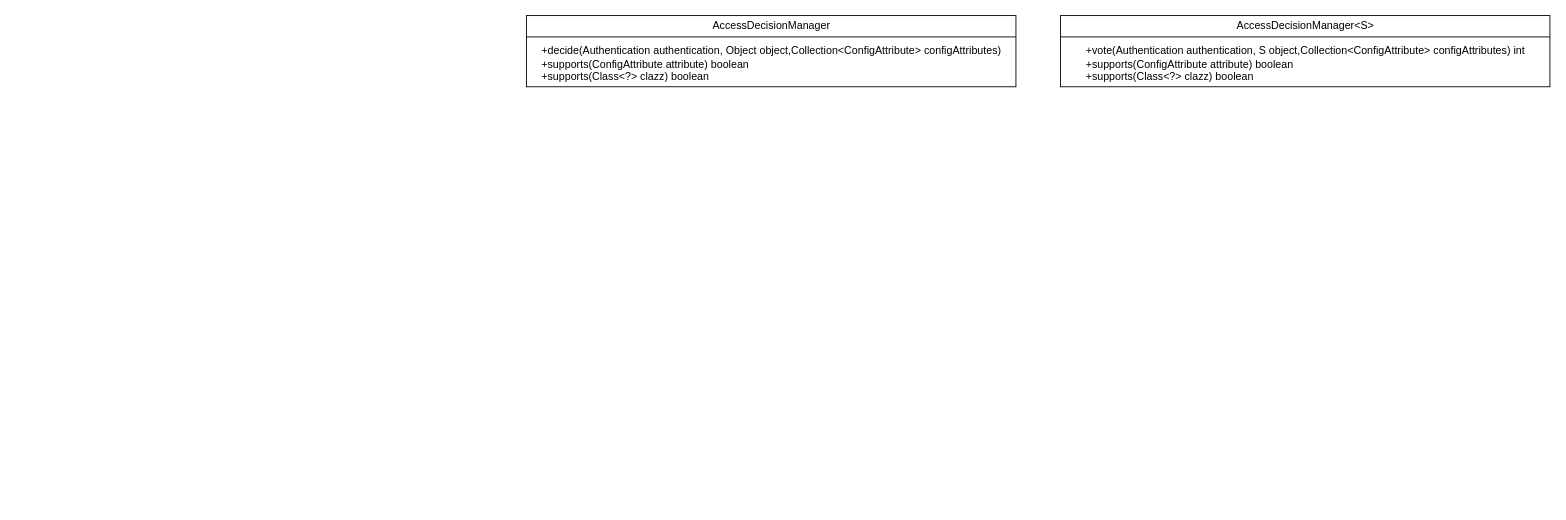
This is page "Authorization" (2 of 3) of spring-scurity.drawio from quanqiang-li/draw, a draw.io file, before an edit. Source tidied: cells renumbered, new cells numbered last; positions are measured from the earlier drawing's top-left corner, leaving out a move shared by most shapes. Both pictures are drawn from the tidied source at 89%, with x=0, y=0 at pixel (526, 15).
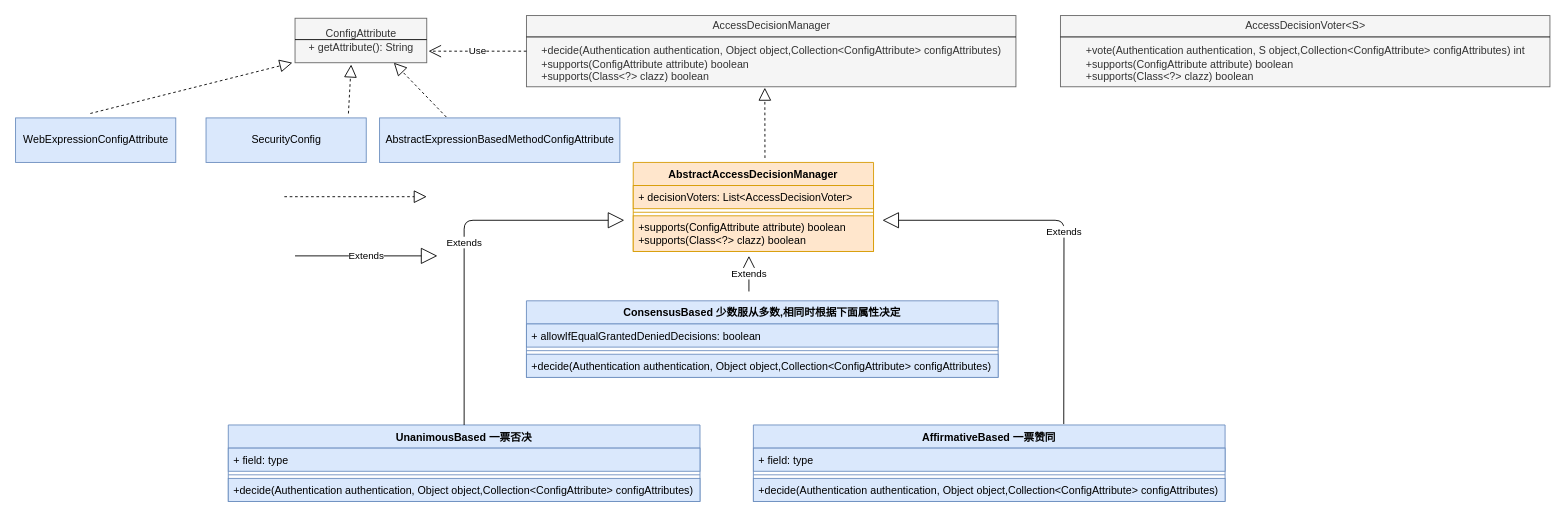
The same page after the edit.

Diff of the diagram source:
```diff
@@
-    <mxCell id="2" value="AccessDecisionManager&lt;br&gt;&lt;br&gt;&lt;div style=&quot;text-align: left&quot;&gt;+decide(Authentication authentication, Object object,&lt;span&gt;Collection&amp;lt;ConfigAttribute&amp;gt; configAttributes)&lt;/span&gt;&lt;/div&gt;&lt;div style=&quot;text-align: left&quot;&gt;&lt;span&gt;+&lt;/span&gt;&lt;span&gt;supports(ConfigAttribute attribute) boolean&lt;/span&gt;&lt;/div&gt;&lt;div style=&quot;text-align: left&quot;&gt;&lt;span&gt;+&lt;/span&gt;&lt;span&gt;supports(Class&amp;lt;?&amp;gt; clazz) boolean&lt;/span&gt;&lt;/div&gt;" style="html=1;" parent="1" vertex="1">
+    <mxCell id="2" value="AccessDecisionManager&lt;br&gt;&lt;br&gt;&lt;div style=&quot;text-align: left&quot;&gt;+decide(Authentication authentication, Object object,&lt;span&gt;Collection&amp;lt;ConfigAttribute&amp;gt; configAttributes)&lt;/span&gt;&lt;/div&gt;&lt;div style=&quot;text-align: left&quot;&gt;&lt;span&gt;+&lt;/span&gt;&lt;span&gt;supports(ConfigAttribute attribute) boolean&lt;/span&gt;&lt;/div&gt;&lt;div style=&quot;text-align: left&quot;&gt;&lt;span&gt;+&lt;/span&gt;&lt;span&gt;supports(Class&amp;lt;?&amp;gt; clazz) boolean&lt;/span&gt;&lt;/div&gt;" style="html=1;fillColor=#f5f5f5;strokeColor=#666666;fontColor=#333333;" parent="1" vertex="1">
       <mxGeometry width="550" height="80" as="geometry" />
     </mxCell>
@@
-    <mxCell id="4" value="AccessDecisionManager&amp;lt;S&amp;gt;&lt;br&gt;&lt;br&gt;&lt;div style=&quot;text-align: left&quot;&gt;+vote(Authentication authentication, S object,&lt;span&gt;Collection&amp;lt;ConfigAttribute&amp;gt; configAttributes) int&lt;/span&gt;&lt;/div&gt;&lt;div style=&quot;text-align: left&quot;&gt;&lt;span&gt;+&lt;/span&gt;&lt;span&gt;supports(ConfigAttribute attribute) boolean&lt;/span&gt;&lt;/div&gt;&lt;div style=&quot;text-align: left&quot;&gt;&lt;span&gt;+&lt;/span&gt;&lt;span&gt;supports(Class&amp;lt;?&amp;gt; clazz) boolean&lt;/span&gt;&lt;/div&gt;" style="html=1;" parent="1" vertex="1">
+    <mxCell id="4" value="AccessDecisionVoter&amp;lt;S&amp;gt;&lt;br&gt;&lt;br&gt;&lt;div style=&quot;text-align: left&quot;&gt;+vote(Authentication authentication, S object,&lt;span&gt;Collection&amp;lt;ConfigAttribute&amp;gt; configAttributes) int&lt;/span&gt;&lt;/div&gt;&lt;div style=&quot;text-align: left&quot;&gt;&lt;span&gt;+&lt;/span&gt;&lt;span&gt;supports(ConfigAttribute attribute) boolean&lt;/span&gt;&lt;/div&gt;&lt;div style=&quot;text-align: left&quot;&gt;&lt;span&gt;+&lt;/span&gt;&lt;span&gt;supports(Class&amp;lt;?&amp;gt; clazz) boolean&lt;/span&gt;&lt;/div&gt;" style="html=1;fillColor=#f5f5f5;strokeColor=#666666;fontColor=#333333;" parent="1" vertex="1">
       <mxGeometry x="600" width="550" height="80" as="geometry" />
     </mxCell>
@@
+    <mxCell id="6" value="ConfigAttribute&lt;br&gt;+&amp;nbsp;getAttribute(): String&lt;br&gt;" style="html=1;fillColor=#f5f5f5;strokeColor=#666666;fontColor=#333333;" parent="1" vertex="1">
+      <mxGeometry x="-260" y="3" width="148" height="50" as="geometry" />
+    </mxCell>
+    <mxCell id="7" style="line;strokeWidth=1;fillColor=none;align=left;verticalAlign=middle;spacingTop=-1;spacingLeft=3;spacingRight=3;labelPosition=right;" parent="1" vertex="1">
+      <mxGeometry x="-260" y="23" width="148" height="8" as="geometry" />
+    </mxCell>
+    <mxCell id="8" value="AbstractAccessDecisionManager" style="swimlane;fontStyle=1;align=center;verticalAlign=top;horizontal=1;startSize=26;fillColor=#ffe6cc;strokeColor=#d79b00;" parent="1" vertex="1">
+      <mxGeometry x="120" y="165" width="270" height="100" as="geometry" />
+    </mxCell>
+    <mxCell id="9" value="+ decisionVoters: List&lt;AccessDecisionVoter&gt;" style="text;strokeColor=#d79b00;fillColor=#ffe6cc;align=left;verticalAlign=top;spacingLeft=4;spacingRight=4;overflow=hidden;" parent="8" vertex="1">
+      <mxGeometry y="26" width="270" height="26" as="geometry" />
+    </mxCell>
+    <mxCell id="10" style="line;strokeWidth=1;fillColor=#ffe6cc;align=left;verticalAlign=middle;spacingTop=-1;spacingLeft=3;spacingRight=3;labelPosition=right;strokeColor=#d79b00;" parent="8" vertex="1">
+      <mxGeometry y="52" width="270" height="8" as="geometry" />
+    </mxCell>
+    <mxCell id="11" value="+supports(ConfigAttribute attribute) boolean&#10;+supports(Class&lt;?&gt; clazz) boolean" style="text;strokeColor=#d79b00;fillColor=#ffe6cc;align=left;verticalAlign=top;spacingLeft=4;spacingRight=4;overflow=hidden;" parent="8" vertex="1">
+      <mxGeometry y="60" width="270" height="40" as="geometry" />
+    </mxCell>
+    <mxCell id="12" value="AffirmativeBased 一票赞同" style="swimlane;fontStyle=1;align=center;verticalAlign=top;horizontal=1;startSize=26;fillColor=#dae8fc;strokeColor=#6c8ebf;" parent="1" vertex="1">
+      <mxGeometry x="255" y="460" width="530" height="86" as="geometry" />
+    </mxCell>
+    <mxCell id="13" value="+ field: type" style="text;strokeColor=#6c8ebf;fillColor=#dae8fc;align=left;verticalAlign=top;spacingLeft=4;spacingRight=4;overflow=hidden;" parent="12" vertex="1">
+      <mxGeometry y="26" width="530" height="26" as="geometry" />
+    </mxCell>
+    <mxCell id="14" style="line;strokeWidth=1;fillColor=#dae8fc;align=left;verticalAlign=middle;spacingTop=-1;spacingLeft=3;spacingRight=3;labelPosition=right;strokeColor=#6c8ebf;" parent="12" vertex="1">
+      <mxGeometry y="52" width="530" height="8" as="geometry" />
+    </mxCell>
+    <mxCell id="15" value="+decide(Authentication authentication, Object object,Collection&lt;ConfigAttribute&gt; configAttributes)" style="text;strokeColor=#6c8ebf;fillColor=#dae8fc;align=left;verticalAlign=top;spacingLeft=4;spacingRight=4;overflow=hidden;" parent="12" vertex="1">
+      <mxGeometry y="60" width="530" height="26" as="geometry" />
+    </mxCell>
+    <mxCell id="16" value="ConsensusBased 少数服从多数,相同时根据下面属性决定" style="swimlane;fontStyle=1;align=center;verticalAlign=top;horizontal=1;startSize=26;fillColor=#dae8fc;strokeColor=#6c8ebf;" parent="1" vertex="1">
+      <mxGeometry y="320.5" width="530" height="86" as="geometry" />
+    </mxCell>
+    <mxCell id="17" value="+ allowIfEqualGrantedDeniedDecisions: boolean" style="text;strokeColor=#6c8ebf;fillColor=#dae8fc;align=left;verticalAlign=top;spacingLeft=4;spacingRight=4;overflow=hidden;" parent="16" vertex="1">
+      <mxGeometry y="26" width="530" height="26" as="geometry" />
+    </mxCell>
+    <mxCell id="18" style="line;strokeWidth=1;fillColor=#dae8fc;align=left;verticalAlign=middle;spacingTop=-1;spacingLeft=3;spacingRight=3;labelPosition=right;strokeColor=#6c8ebf;" parent="16" vertex="1">
+      <mxGeometry y="52" width="530" height="8" as="geometry" />
+    </mxCell>
+    <mxCell id="19" value="+decide(Authentication authentication, Object object,Collection&lt;ConfigAttribute&gt; configAttributes)" style="text;strokeColor=#6c8ebf;fillColor=#dae8fc;align=left;verticalAlign=top;spacingLeft=4;spacingRight=4;overflow=hidden;" parent="16" vertex="1">
+      <mxGeometry y="60" width="530" height="26" as="geometry" />
+    </mxCell>
+    <mxCell id="20" value="UnanimousBased 一票否决" style="swimlane;fontStyle=1;align=center;verticalAlign=top;horizontal=1;startSize=26;fillColor=#dae8fc;strokeColor=#6c8ebf;" parent="1" vertex="1">
+      <mxGeometry x="-335" y="460" width="530" height="86" as="geometry" />
+    </mxCell>
+    <mxCell id="21" value="+ field: type" style="text;strokeColor=#6c8ebf;fillColor=#dae8fc;align=left;verticalAlign=top;spacingLeft=4;spacingRight=4;overflow=hidden;" parent="20" vertex="1">
+      <mxGeometry y="26" width="530" height="26" as="geometry" />
+    </mxCell>
+    <mxCell id="22" style="line;strokeWidth=1;fillColor=#dae8fc;align=left;verticalAlign=middle;spacingTop=-1;spacingLeft=3;spacingRight=3;labelPosition=right;strokeColor=#6c8ebf;" parent="20" vertex="1">
+      <mxGeometry y="52" width="530" height="8" as="geometry" />
+    </mxCell>
+    <mxCell id="23" value="+decide(Authentication authentication, Object object,Collection&lt;ConfigAttribute&gt; configAttributes)" style="text;strokeColor=#6c8ebf;fillColor=#dae8fc;align=left;verticalAlign=top;spacingLeft=4;spacingRight=4;overflow=hidden;" parent="20" vertex="1">
+      <mxGeometry y="60" width="530" height="26" as="geometry" />
+    </mxCell>
+    <mxCell id="24" value="Use" style="endArrow=open;endSize=12;dashed=1;html=1;exitX=0;exitY=0.5;exitDx=0;exitDy=0;" parent="1" edge="1" source="2">
+      <mxGeometry relative="1" as="geometry">
+        <mxPoint x="-110" y="40" as="targetPoint" />
+      </mxGeometry>
+    </mxCell>
+    <mxCell id="25" value="Extends" style="endArrow=block;endSize=16;endFill=0;html=1;" parent="1" edge="1">
+      <mxGeometry relative="1" as="geometry">
+        <mxPoint x="-260" y="270" as="sourcePoint" />
+        <mxPoint x="-100" y="270" as="targetPoint" />
+      </mxGeometry>
+    </mxCell>
+    <mxCell id="26" style="endArrow=block;dashed=1;endFill=0;endSize=12;html=1;" parent="1" edge="1">
+      <mxGeometry relative="1" as="geometry">
+        <mxPoint x="-272" y="203.5" as="sourcePoint" />
+        <mxPoint x="-112" y="203.5" as="targetPoint" />
+      </mxGeometry>
+    </mxCell>
+    <mxCell id="27" style="endArrow=block;dashed=1;endFill=0;endSize=12;html=1;entryX=0.487;entryY=1.013;entryDx=0;entryDy=0;entryPerimeter=0;" parent="1" edge="1" target="2">
+      <mxGeometry relative="1" as="geometry">
+        <mxPoint x="268" y="160" as="sourcePoint" />
+      </mxGeometry>
+    </mxCell>
+    <mxCell id="28" value="Extends" style="endArrow=block;endSize=16;endFill=0;html=1;" parent="1" edge="1">
+      <mxGeometry relative="1" as="geometry">
+        <mxPoint x="250" y="310" as="sourcePoint" />
+        <mxPoint x="250" y="270" as="targetPoint" />
+      </mxGeometry>
+    </mxCell>
+    <mxCell id="29" value="Extends" style="endArrow=block;endSize=16;endFill=0;html=1;exitX=0.5;exitY=0;exitDx=0;exitDy=0;" parent="1" edge="1" source="20">
+      <mxGeometry relative="1" as="geometry">
+        <mxPoint x="110" y="230" as="targetPoint" />
+        <Array as="points">
+          <mxPoint x="-70" y="230" />
+        </Array>
+      </mxGeometry>
+    </mxCell>
+    <mxCell id="30" value="Extends" style="endArrow=block;endSize=16;endFill=0;html=1;exitX=0.658;exitY=-0.012;exitDx=0;exitDy=0;exitPerimeter=0;" parent="1" edge="1" source="12">
+      <mxGeometry relative="1" as="geometry">
+        <mxPoint x="400" y="230" as="targetPoint" />
+        <Array as="points">
+          <mxPoint x="604" y="230" />
+        </Array>
+      </mxGeometry>
+    </mxCell>
+    <mxCell id="31" value="WebExpressionConfigAttribute" style="html=1;fillColor=#dae8fc;strokeColor=#6c8ebf;" parent="1" vertex="1">
+      <mxGeometry x="-574" y="115" width="180" height="50" as="geometry" />
+    </mxCell>
+    <mxCell id="32" value="SecurityConfig" style="html=1;fillColor=#dae8fc;strokeColor=#6c8ebf;" parent="1" vertex="1">
+      <mxGeometry x="-360" y="115" width="180" height="50" as="geometry" />
+    </mxCell>
+    <mxCell id="33" value="AbstractExpressionBasedMethodConfigAttribute" style="html=1;fillColor=#dae8fc;strokeColor=#6c8ebf;" parent="1" vertex="1">
+      <mxGeometry x="-165" y="115" width="270" height="50" as="geometry" />
+    </mxCell>
+    <mxCell id="34" style="endArrow=block;dashed=1;endFill=0;endSize=12;html=1;entryX=-0.02;entryY=1;entryDx=0;entryDy=0;entryPerimeter=0;" parent="1" edge="1" target="6">
+      <mxGeometry relative="1" as="geometry">
+        <mxPoint x="-490" y="110" as="sourcePoint" />
+      </mxGeometry>
+    </mxCell>
+    <mxCell id="35" style="endArrow=block;dashed=1;endFill=0;endSize=12;html=1;entryX=0.426;entryY=1.04;entryDx=0;entryDy=0;entryPerimeter=0;" parent="1" edge="1" target="6">
+      <mxGeometry relative="1" as="geometry">
+        <mxPoint x="-200" y="110" as="sourcePoint" />
+      </mxGeometry>
+    </mxCell>
+    <mxCell id="36" style="endArrow=block;dashed=1;endFill=0;endSize=12;html=1;entryX=0.75;entryY=1;entryDx=0;entryDy=0;" parent="1" edge="1" target="6">
+      <mxGeometry relative="1" as="geometry">
+        <mxPoint x="-90" y="114" as="sourcePoint" />
+      </mxGeometry>
+    </mxCell>
```
